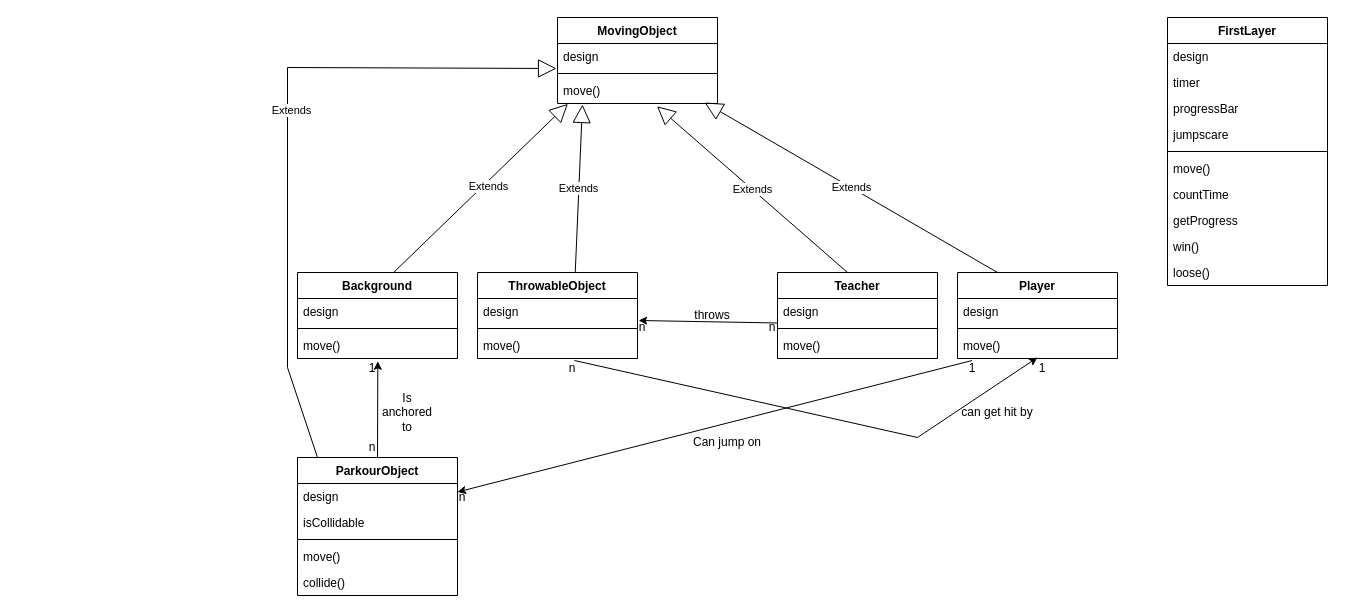
The draw.io diagram Unbenanntes Diagramm.drawio in Swagsy/Eclipselovers69, before the edit. Source tidied: cells renumbered, new cells numbered last; positions are measured from the earlier drawing's top-left corner, leaving out a move shared by most shapes. Both pictures are drawn from the tidied source at 100%, with x=0, y=0 at pixel (287, 17).
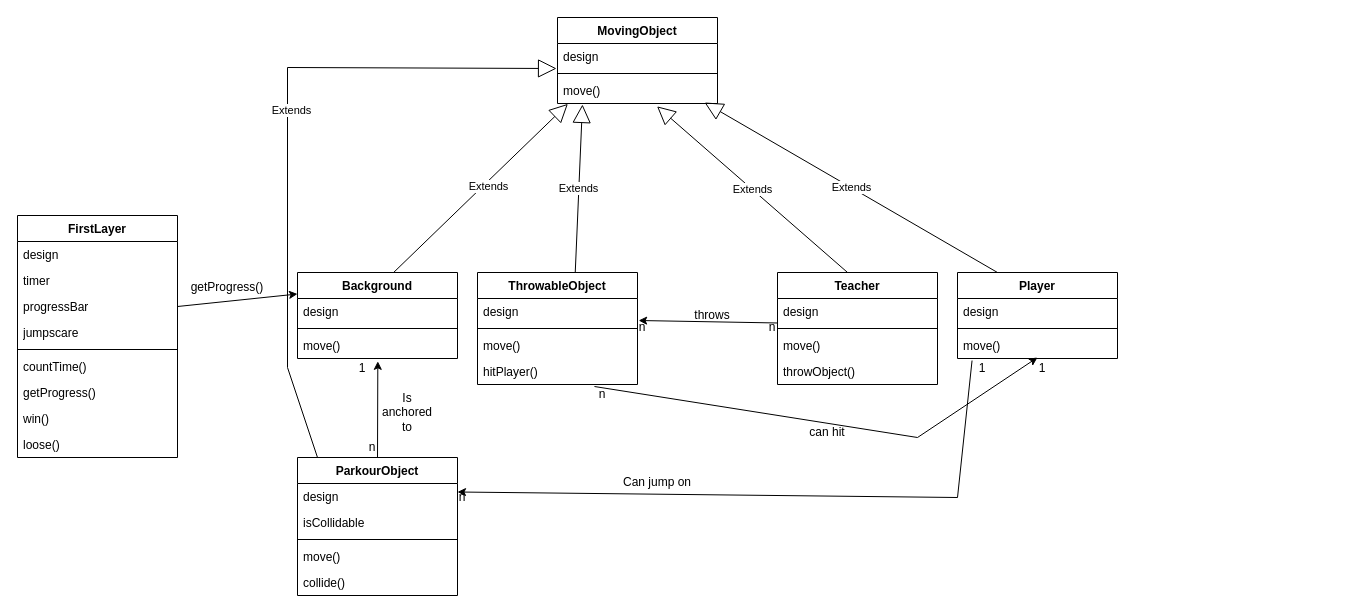
Above is the later version.

Unchanged cells that the change refers to:
```xml
<mxCell id="13" value="move()" style="text;strokeColor=none;fillColor=none;align=left;verticalAlign=top;spacingLeft=4;spacingRight=4;overflow=hidden;points=[[0,0.5],[1,0.5]];portConstraint=eastwest;whiteSpace=wrap;html=1;" parent="10" vertex="1">
  <mxGeometry y="60" width="160" height="26" as="geometry" />
</mxCell>
<mxCell id="17" value="move()" style="text;strokeColor=none;fillColor=none;align=left;verticalAlign=top;spacingLeft=4;spacingRight=4;overflow=hidden;points=[[0,0.5],[1,0.5]];portConstraint=eastwest;whiteSpace=wrap;html=1;" parent="14" vertex="1">
  <mxGeometry y="60" width="160" height="26" as="geometry" />
</mxCell>
<mxCell id="25" value="ParkourObject" style="swimlane;fontStyle=1;align=center;verticalAlign=top;horizontal=1;startSize=26;whiteSpace=wrap;html=1;" parent="1" vertex="1">
  <mxGeometry x="10" y="440" width="160" height="138" as="geometry" />
</mxCell>
<mxCell id="31" value="Background" style="swimlane;fontStyle=1;align=center;verticalAlign=top;horizontal=1;startSize=26;whiteSpace=wrap;html=1;" parent="1" vertex="1">
  <mxGeometry x="10" y="255" width="160" height="86" as="geometry" />
</mxCell>
<mxCell id="52" value="progressBar" style="text;strokeColor=none;fillColor=none;align=left;verticalAlign=top;spacingLeft=4;spacingRight=4;overflow=hidden;points=[[0,0.5],[1,0.5]];portConstraint=eastwest;whiteSpace=wrap;html=1;" parent="49" vertex="1">
  <mxGeometry y="78" width="160" height="26" as="geometry" />
</mxCell>
```

Change to the diagram source:
```diff
@@
     <mxCell id="6" value="Teacher" style="swimlane;fontStyle=1;align=center;verticalAlign=top;horizontal=1;startSize=26;whiteSpace=wrap;html=1;" parent="1" vertex="1">
-      <mxGeometry x="490" y="255" width="160" height="86" as="geometry" />
+      <mxGeometry x="490" y="255" width="160" height="112" as="geometry" />
     </mxCell>
@@
+    <mxCell id="60" value="throwObject()" style="text;strokeColor=none;fillColor=none;align=left;verticalAlign=top;spacingLeft=4;spacingRight=4;overflow=hidden;whiteSpace=wrap;html=1;" parent="6" vertex="1">
+      <mxGeometry y="86" width="160" height="26" as="geometry" />
+    </mxCell>
     <mxCell id="10" value="ThrowableObject" style="swimlane;fontStyle=1;align=center;verticalAlign=top;horizontal=1;startSize=26;whiteSpace=wrap;html=1;" parent="1" vertex="1">
-      <mxGeometry x="190" y="255" width="160" height="86" as="geometry" />
+      <mxGeometry x="190" y="255" width="160" height="112" as="geometry" />
     </mxCell>
@@
+    <mxCell id="61" value="hitPlayer()" style="text;strokeColor=none;fillColor=none;align=left;verticalAlign=top;spacingLeft=4;spacingRight=4;overflow=hidden;points=[[0,0.5],[1,0.5]];portConstraint=eastwest;whiteSpace=wrap;html=1;" parent="10" vertex="1">
+      <mxGeometry y="86" width="160" height="26" as="geometry" />
+    </mxCell>
@@
     <mxCell id="21" value="Can jump on" style="text;html=1;strokeColor=none;fillColor=none;align=center;verticalAlign=middle;whiteSpace=wrap;rounded=0;" parent="1" vertex="1">
-      <mxGeometry x="400" y="410" width="80" height="30" as="geometry" />
+      <mxGeometry x="330" y="450" width="80" height="30" as="geometry" />
     </mxCell>
     <mxCell id="22" value="1" style="text;html=1;strokeColor=none;fillColor=none;align=center;verticalAlign=middle;whiteSpace=wrap;rounded=0;" parent="1" vertex="1">
-      <mxGeometry x="680" y="341" width="10" height="20" as="geometry" />
+      <mxGeometry x="690" y="341" width="10" height="20" as="geometry" />
     </mxCell>
@@
     <mxCell id="38" value="1" style="text;html=1;strokeColor=none;fillColor=none;align=center;verticalAlign=middle;whiteSpace=wrap;rounded=0;" parent="1" vertex="1">
-      <mxGeometry x="80" y="341" width="10" height="20" as="geometry" />
+      <mxGeometry x="70" y="341" width="10" height="20" as="geometry" />
     </mxCell>
     <mxCell id="39" style="endArrow=classic;html=1;rounded=0;exitX=0.091;exitY=1.078;exitDx=0;exitDy=0;exitPerimeter=0;entryX=1;entryY=0.25;entryDx=0;entryDy=0;" parent="1" edge="1" source="17" target="25">
-      <mxGeometry relative="1" as="geometry" />
+      <mxGeometry relative="1" as="geometry">
+        <Array as="points">
+          <mxPoint x="670" y="480" />
+        </Array>
+      </mxGeometry>
     </mxCell>
@@
-    <mxCell id="42" value="can get hit by" style="text;html=1;strokeColor=none;fillColor=none;align=center;verticalAlign=middle;whiteSpace=wrap;rounded=0;" parent="1" vertex="1">
-      <mxGeometry x="670" y="380" width="80" height="30" as="geometry" />
+    <mxCell id="42" value="can hit" style="text;html=1;strokeColor=none;fillColor=none;align=center;verticalAlign=middle;whiteSpace=wrap;rounded=0;" parent="1" vertex="1">
+      <mxGeometry x="500" y="400" width="80" height="30" as="geometry" />
     </mxCell>
@@
-    <mxCell id="45" style="endArrow=classic;html=1;rounded=0;exitX=0.606;exitY=1.077;exitDx=0;exitDy=0;exitPerimeter=0;entryX=0.5;entryY=0.962;entryDx=0;entryDy=0;entryPerimeter=0;" parent="1" edge="1" source="13" target="17">
+    <mxCell id="45" style="endArrow=classic;html=1;rounded=0;exitX=0.731;exitY=1.077;exitDx=0;exitDy=0;exitPerimeter=0;entryX=0.5;entryY=0.962;entryDx=0;entryDy=0;entryPerimeter=0;" parent="1" edge="1" source="61" target="17">
       <mxGeometry relative="1" as="geometry">
         <Array as="points">
           <mxPoint x="630" y="420" />
         </Array>
       </mxGeometry>
     </mxCell>
     <mxCell id="46" value="n" style="text;html=1;strokeColor=none;fillColor=none;align=center;verticalAlign=middle;whiteSpace=wrap;rounded=0;" parent="1" vertex="1">
-      <mxGeometry x="280" y="341" width="10" height="20" as="geometry" />
+      <mxGeometry x="310" y="367" width="10" height="20" as="geometry" />
     </mxCell>
@@
     <mxCell id="49" value="FirstLayer" style="swimlane;fontStyle=1;align=center;verticalAlign=top;horizontal=1;startSize=26;whiteSpace=wrap;html=1;" parent="1" vertex="1">
-      <mxGeometry x="880" width="160" height="268" as="geometry" />
+      <mxGeometry x="-270" y="198" width="160" height="242" as="geometry" />
     </mxCell>
@@
-    <mxCell id="55" value="move()" style="text;strokeColor=none;fillColor=none;align=left;verticalAlign=top;spacingLeft=4;spacingRight=4;overflow=hidden;whiteSpace=wrap;html=1;" parent="49" vertex="1">
-      <mxGeometry y="138" width="160" height="26" as="geometry" />
-    </mxCell>
-    <mxCell id="56" value="countTime" style="text;strokeColor=none;fillColor=none;align=left;verticalAlign=top;spacingLeft=4;spacingRight=4;overflow=hidden;whiteSpace=wrap;html=1;" parent="49" vertex="1">
-      <mxGeometry y="164" width="160" height="26" as="geometry" />
+    <mxCell id="56" value="countTime()" style="text;strokeColor=none;fillColor=none;align=left;verticalAlign=top;spacingLeft=4;spacingRight=4;overflow=hidden;whiteSpace=wrap;html=1;" parent="49" vertex="1">
+      <mxGeometry y="138" width="160" height="26" as="geometry" />
     </mxCell>
-    <mxCell id="57" value="getProgress" style="text;strokeColor=none;fillColor=none;align=left;verticalAlign=top;spacingLeft=4;spacingRight=4;overflow=hidden;whiteSpace=wrap;html=1;" parent="49" vertex="1">
-      <mxGeometry y="190" width="160" height="26" as="geometry" />
+    <mxCell id="57" value="getProgress()" style="text;strokeColor=none;fillColor=none;align=left;verticalAlign=top;spacingLeft=4;spacingRight=4;overflow=hidden;whiteSpace=wrap;html=1;" parent="49" vertex="1">
+      <mxGeometry y="164" width="160" height="26" as="geometry" />
     </mxCell>
     <mxCell id="58" value="win()" style="text;strokeColor=none;fillColor=none;align=left;verticalAlign=top;spacingLeft=4;spacingRight=4;overflow=hidden;whiteSpace=wrap;html=1;" parent="49" vertex="1">
-      <mxGeometry y="216" width="160" height="26" as="geometry" />
+      <mxGeometry y="190" width="160" height="26" as="geometry" />
     </mxCell>
     <mxCell id="59" value="loose()" style="text;strokeColor=none;fillColor=none;align=left;verticalAlign=top;spacingLeft=4;spacingRight=4;overflow=hidden;whiteSpace=wrap;html=1;" parent="49" vertex="1">
-      <mxGeometry y="242" width="160" height="26" as="geometry" />
+      <mxGeometry y="216" width="160" height="26" as="geometry" />
     </mxCell>
+    <mxCell id="62" style="endArrow=classic;html=1;rounded=0;exitX=1;exitY=0.5;exitDx=0;exitDy=0;entryX=0;entryY=0.25;entryDx=0;entryDy=0;" parent="1" edge="1" source="52" target="31">
+      <mxGeometry relative="1" as="geometry" />
+    </mxCell>
+    <mxCell id="63" value="getProgress()" style="text;html=1;align=center;verticalAlign=middle;whiteSpace=wrap;rounded=0;" parent="1" vertex="1">
+      <mxGeometry x="-90" y="255" width="60" height="30" as="geometry" />
+    </mxCell>
```
